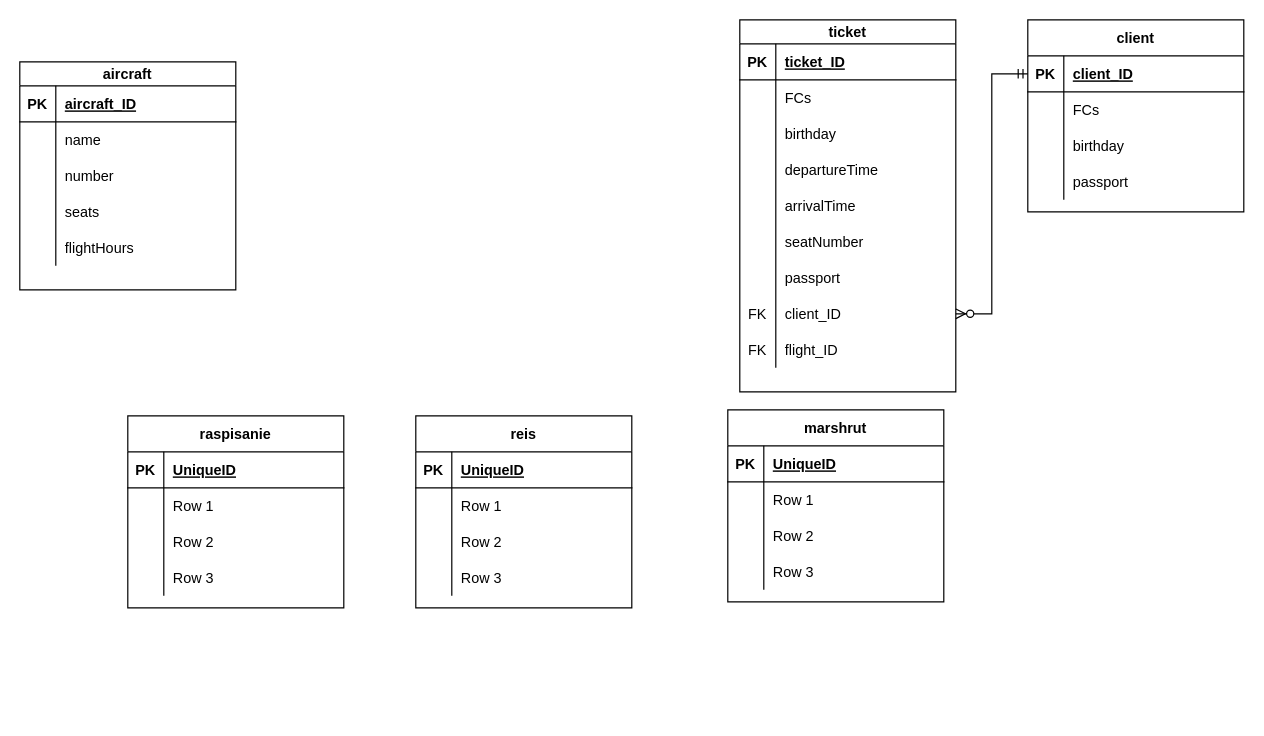
The draw.io diagram ERRR.drawio in 1DeMeNToR1/RocketModUpdater_32, before the edit. Source tidied: cells renumbered, new cells numbered last; positions are measured from the earlier drawing's top-left corner, leaving out a move shared by most shapes. Both pictures are drawn from the tidied source at 120%, with x=0, y=0 at pixel (19, 19).
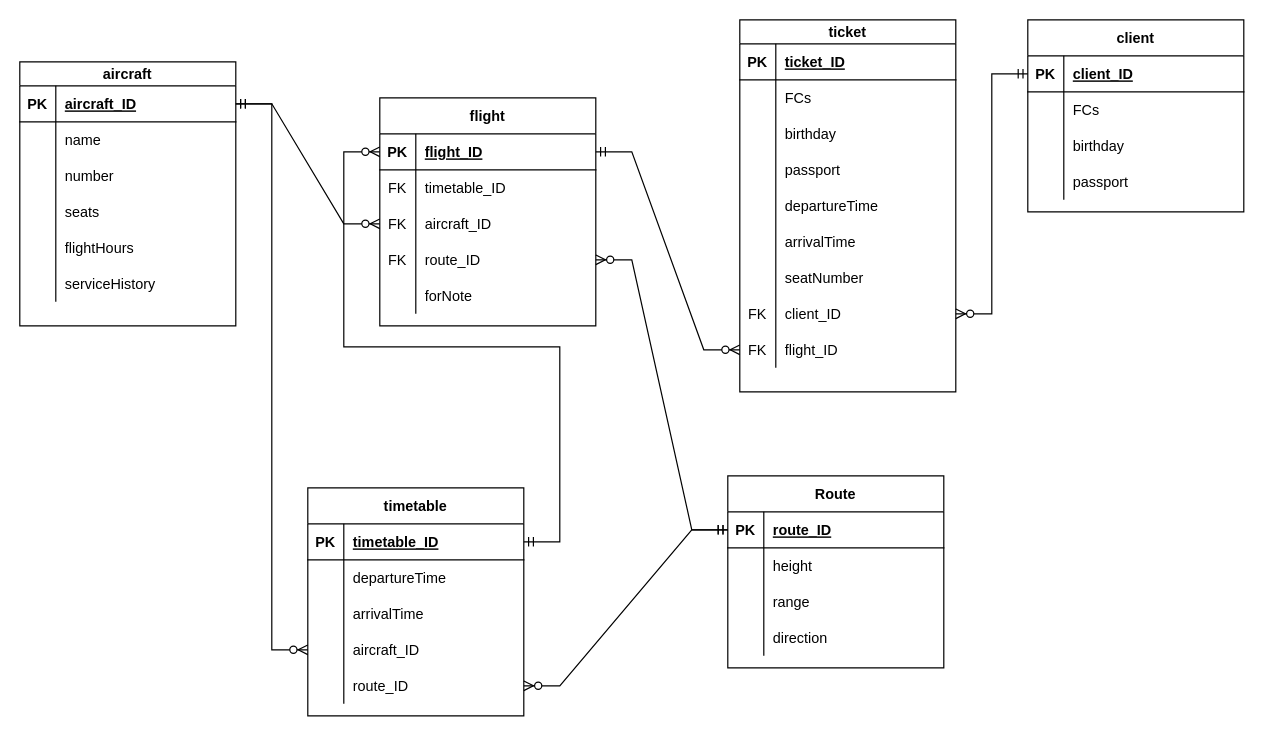
After the change.

The change refers to these unchanged cells:
```xml
<mxCell id="3" style="shape=tableRow;horizontal=0;startSize=0;swimlaneHead=0;swimlaneBody=0;fillColor=none;points=[[0,0.5],[1,0.5]];portConstraint=eastwest;top=0;left=0;right=0;bottom=1;" parent="2" vertex="1">
  <mxGeometry y="20" width="180" height="30" as="geometry" />
</mxCell>
<mxCell id="18" value="ticket" style="shape=table;startSize=20;childLayout=tableLayout;rowLines=0;fontStyle=1;align=center;" parent="1" vertex="1">
  <mxGeometry x="600" width="180" height="310" as="geometry" />
</mxCell>
<mxCell id="43" style="shape=tableRow;horizontal=0;startSize=0;swimlaneHead=0;swimlaneBody=0;fillColor=none;points=[[0,0.5],[1,0.5]];portConstraint=eastwest;top=0;left=0;right=0;bottom=0;" parent="18" vertex="1">
  <mxGeometry y="260" width="180" height="30" as="geometry" />
</mxCell>
<mxCell id="60" style="shape=tableRow;horizontal=0;startSize=0;swimlaneHead=0;swimlaneBody=0;fillColor=none;points=[[0,0.5],[1,0.5]];portConstraint=eastwest;top=0;left=0;right=0;bottom=1;" parent="59" vertex="1">
  <mxGeometry y="30" width="180" height="30" as="geometry" />
</mxCell>
<mxCell id="63" style="shape=tableRow;horizontal=0;startSize=0;swimlaneHead=0;swimlaneBody=0;fillColor=none;top=0;left=0;right=0;bottom=0;" parent="59" vertex="1">
  <mxGeometry y="60" width="180" height="30" as="geometry" />
</mxCell>
<mxCell id="66" style="shape=tableRow;horizontal=0;startSize=0;swimlaneHead=0;swimlaneBody=0;fillColor=none;top=0;left=0;right=0;bottom=0;" parent="59" vertex="1">
  <mxGeometry y="90" width="180" height="30" as="geometry" />
</mxCell>
<mxCell id="69" style="shape=tableRow;horizontal=0;startSize=0;swimlaneHead=0;swimlaneBody=0;fillColor=none;points=[[0,0.5],[1,0.5]];portConstraint=eastwest;top=0;left=0;right=0;bottom=0;" parent="59" vertex="1">
  <mxGeometry y="120" width="180" height="30" as="geometry" />
</mxCell>
<mxCell id="74" style="shape=tableRow;horizontal=0;startSize=0;swimlaneHead=0;swimlaneBody=0;fillColor=none;points=[[0,0.5],[1,0.5]];portConstraint=eastwest;top=0;left=0;right=0;bottom=1;" parent="73" vertex="1">
  <mxGeometry y="30" width="180" height="30" as="geometry" />
</mxCell>
<mxCell id="77" style="shape=tableRow;horizontal=0;startSize=0;swimlaneHead=0;swimlaneBody=0;fillColor=none;top=0;left=0;right=0;bottom=0;" parent="73" vertex="1">
  <mxGeometry y="60" width="180" height="30" as="geometry" />
</mxCell>
<mxCell id="80" style="shape=tableRow;horizontal=0;startSize=0;swimlaneHead=0;swimlaneBody=0;fillColor=none;points=[[0,0.5],[1,0.5]];portConstraint=eastwest;top=0;left=0;right=0;bottom=0;" parent="73" vertex="1">
  <mxGeometry y="90" width="180" height="30" as="geometry" />
</mxCell>
<mxCell id="83" style="shape=tableRow;horizontal=0;startSize=0;swimlaneHead=0;swimlaneBody=0;fillColor=none;points=[[0,0.5],[1,0.5]];portConstraint=eastwest;top=0;left=0;right=0;bottom=0;" parent="73" vertex="1">
  <mxGeometry y="120" width="180" height="30" as="geometry" />
</mxCell>
<mxCell id="87" style="shape=tableRow;horizontal=0;startSize=0;swimlaneHead=0;swimlaneBody=0;fillColor=none;points=[[0,0.5],[1,0.5]];portConstraint=eastwest;top=0;left=0;right=0;bottom=1;" parent="86" vertex="1">
  <mxGeometry y="30" width="180" height="30" as="geometry" />
</mxCell>
<mxCell id="90" style="shape=tableRow;horizontal=0;startSize=0;swimlaneHead=0;swimlaneBody=0;fillColor=none;top=0;left=0;right=0;bottom=0;" parent="86" vertex="1">
  <mxGeometry y="60" width="180" height="30" as="geometry" />
</mxCell>
<mxCell id="93" style="shape=tableRow;horizontal=0;startSize=0;swimlaneHead=0;swimlaneBody=0;fillColor=none;top=0;left=0;right=0;bottom=0;" parent="86" vertex="1">
  <mxGeometry y="90" width="180" height="30" as="geometry" />
</mxCell>
<mxCell id="96" style="shape=tableRow;horizontal=0;startSize=0;swimlaneHead=0;swimlaneBody=0;fillColor=none;top=0;left=0;right=0;bottom=0;" parent="86" vertex="1">
  <mxGeometry y="120" width="180" height="30" as="geometry" />
</mxCell>
```

Change to the diagram source:
```diff
@@
     <mxCell id="2" value="aircraft" style="shape=table;startSize=20;childLayout=tableLayout;rowLines=0;fontStyle=1;align=center;" parent="1" vertex="1">
-      <mxGeometry y="35" width="180" height="190" as="geometry" />
+      <mxGeometry y="35" width="180" height="220" as="geometry" />
     </mxCell>
@@
+    <mxCell id="99" style="shape=tableRow;horizontal=0;startSize=0;swimlaneHead=0;swimlaneBody=0;fillColor=none;top=0;left=0;right=0;bottom=0;" parent="2" vertex="1">
+      <mxGeometry y="170" width="180" height="30" as="geometry" />
+    </mxCell>
+    <mxCell id="100" style="shape=partialRectangle;fillColor=none;top=0;left=0;bottom=0;right=0;overflow=hidden;" parent="99" vertex="1">
+      <mxGeometry width="30" height="30" as="geometry" />
+    </mxCell>
+    <mxCell id="101" value="serviceHistory" style="shape=partialRectangle;fillColor=none;top=0;left=0;bottom=0;right=0;align=left;spacingLeft=6;overflow=hidden;" parent="99" vertex="1">
+      <mxGeometry x="30" width="150" height="30" as="geometry" />
+    </mxCell>
@@
+    <mxCell id="37" style="shape=tableRow;horizontal=0;startSize=0;swimlaneHead=0;swimlaneBody=0;fillColor=none;top=0;left=0;right=0;bottom=0;" parent="18" vertex="1">
+      <mxGeometry y="110" width="180" height="30" as="geometry" />
+    </mxCell>
+    <mxCell id="38" style="shape=partialRectangle;fillColor=none;top=0;left=0;bottom=0;right=0;overflow=hidden;" parent="37" vertex="1">
+      <mxGeometry width="30" height="30" as="geometry" />
+    </mxCell>
+    <mxCell id="39" value="passport" style="shape=partialRectangle;fillColor=none;top=0;left=0;bottom=0;right=0;align=left;spacingLeft=6;overflow=hidden;" parent="37" vertex="1">
+      <mxGeometry x="30" width="150" height="30" as="geometry" />
+    </mxCell>
     <mxCell id="28" style="shape=tableRow;horizontal=0;startSize=0;swimlaneHead=0;swimlaneBody=0;fillColor=none;top=0;left=0;right=0;bottom=0;" parent="18" vertex="1">
-      <mxGeometry y="110" width="180" height="30" as="geometry" />
+      <mxGeometry y="140" width="180" height="30" as="geometry" />
     </mxCell>
@@
     <mxCell id="31" style="shape=tableRow;horizontal=0;startSize=0;swimlaneHead=0;swimlaneBody=0;fillColor=none;top=0;left=0;right=0;bottom=0;" parent="18" vertex="1">
-      <mxGeometry y="140" width="180" height="30" as="geometry" />
+      <mxGeometry y="170" width="180" height="30" as="geometry" />
     </mxCell>
@@
     <mxCell id="34" style="shape=tableRow;horizontal=0;startSize=0;swimlaneHead=0;swimlaneBody=0;fillColor=none;top=0;left=0;right=0;bottom=0;" parent="18" vertex="1">
-      <mxGeometry y="170" width="180" height="30" as="geometry" />
+      <mxGeometry y="200" width="180" height="30" as="geometry" />
     </mxCell>
@@
-    <mxCell id="37" style="shape=tableRow;horizontal=0;startSize=0;swimlaneHead=0;swimlaneBody=0;fillColor=none;top=0;left=0;right=0;bottom=0;" parent="18" vertex="1">
-      <mxGeometry y="200" width="180" height="30" as="geometry" />
-    </mxCell>
-    <mxCell id="38" style="shape=partialRectangle;fillColor=none;top=0;left=0;bottom=0;right=0;overflow=hidden;" parent="37" vertex="1">
-      <mxGeometry width="30" height="30" as="geometry" />
-    </mxCell>
-    <mxCell id="39" value="passport" style="shape=partialRectangle;fillColor=none;top=0;left=0;bottom=0;right=0;align=left;spacingLeft=6;overflow=hidden;" parent="37" vertex="1">
-      <mxGeometry x="30" width="150" height="30" as="geometry" />
-    </mxCell>
@@
-    <mxCell id="59" value="raspisanie" style="shape=table;startSize=30;childLayout=tableLayout;rowLines=0;fontStyle=1;align=center;" parent="1" vertex="1">
-      <mxGeometry x="90" y="330" width="180" height="160" as="geometry" />
+    <mxCell id="59" value="timetable" style="shape=table;startSize=30;childLayout=tableLayout;rowLines=0;fontStyle=1;align=center;" parent="1" vertex="1">
+      <mxGeometry x="240" y="390" width="180" height="190" as="geometry" />
     </mxCell>
@@
-    <mxCell id="62" value="UniqueID" style="shape=partialRectangle;fillColor=none;top=0;left=0;bottom=0;right=0;align=left;spacingLeft=6;fontStyle=5;overflow=hidden;" parent="60" vertex="1">
+    <mxCell id="62" value="timetable_ID" style="shape=partialRectangle;fillColor=none;top=0;left=0;bottom=0;right=0;align=left;spacingLeft=6;fontStyle=5;overflow=hidden;" parent="60" vertex="1">
       <mxGeometry x="30" width="150" height="30" as="geometry" />
     </mxCell>
@@
-    <mxCell id="65" value="Row 1" style="shape=partialRectangle;fillColor=none;top=0;left=0;bottom=0;right=0;align=left;spacingLeft=6;overflow=hidden;" parent="63" vertex="1">
+    <mxCell id="65" value="departureTime" style="shape=partialRectangle;fillColor=none;top=0;left=0;bottom=0;right=0;align=left;spacingLeft=6;overflow=hidden;" parent="63" vertex="1">
       <mxGeometry x="30" width="150" height="30" as="geometry" />
     </mxCell>
@@
-    <mxCell id="68" value="Row 2" style="shape=partialRectangle;fillColor=none;top=0;left=0;bottom=0;right=0;align=left;spacingLeft=6;overflow=hidden;" parent="66" vertex="1">
+    <mxCell id="68" value="arrivalTime" style="shape=partialRectangle;fillColor=none;top=0;left=0;bottom=0;right=0;align=left;spacingLeft=6;overflow=hidden;" parent="66" vertex="1">
       <mxGeometry x="30" width="150" height="30" as="geometry" />
     </mxCell>
@@
-    <mxCell id="71" value="Row 3" style="shape=partialRectangle;fillColor=none;top=0;left=0;bottom=0;right=0;align=left;spacingLeft=6;overflow=hidden;" parent="69" vertex="1">
+    <mxCell id="71" value="aircraft_ID" style="shape=partialRectangle;fillColor=none;top=0;left=0;bottom=0;right=0;align=left;spacingLeft=6;overflow=hidden;" parent="69" vertex="1">
       <mxGeometry x="30" width="150" height="30" as="geometry" />
     </mxCell>
+    <mxCell id="102" style="shape=tableRow;horizontal=0;startSize=0;swimlaneHead=0;swimlaneBody=0;fillColor=none;points=[[0,0.5],[1,0.5]];portConstraint=eastwest;top=0;left=0;right=0;bottom=0;" parent="59" vertex="1">
+      <mxGeometry y="150" width="180" height="30" as="geometry" />
+    </mxCell>
+    <mxCell id="103" style="shape=partialRectangle;fillColor=none;top=0;left=0;bottom=0;right=0;overflow=hidden;" parent="102" vertex="1">
+      <mxGeometry width="30" height="30" as="geometry" />
+    </mxCell>
+    <mxCell id="104" value="route_ID" style="shape=partialRectangle;fillColor=none;top=0;left=0;bottom=0;right=0;align=left;spacingLeft=6;overflow=hidden;" parent="102" vertex="1">
+      <mxGeometry x="30" width="150" height="30" as="geometry" />
+    </mxCell>
@@
-    <mxCell id="73" value="reis" style="shape=table;startSize=30;childLayout=tableLayout;rowLines=0;fontStyle=1;align=center;" parent="1" vertex="1">
-      <mxGeometry x="330" y="330" width="180" height="160" as="geometry" />
+    <mxCell id="73" value="flight" style="shape=table;startSize=30;childLayout=tableLayout;rowLines=0;fontStyle=1;align=center;" parent="1" vertex="1">
+      <mxGeometry x="300" y="65" width="180" height="190" as="geometry" />
     </mxCell>
@@
-    <mxCell id="76" value="UniqueID" style="shape=partialRectangle;fillColor=none;top=0;left=0;bottom=0;right=0;align=left;spacingLeft=6;fontStyle=5;overflow=hidden;" parent="74" vertex="1">
+    <mxCell id="76" value="flight_ID" style="shape=partialRectangle;fillColor=none;top=0;left=0;bottom=0;right=0;align=left;spacingLeft=6;fontStyle=5;overflow=hidden;" parent="74" vertex="1">
       <mxGeometry x="30" width="150" height="30" as="geometry" />
     </mxCell>
@@
-    <mxCell id="78" style="shape=partialRectangle;fillColor=none;top=0;left=0;bottom=0;right=0;overflow=hidden;" parent="77" vertex="1">
+    <mxCell id="78" value="FK" style="shape=partialRectangle;fillColor=none;top=0;left=0;bottom=0;right=0;overflow=hidden;" parent="77" vertex="1">
       <mxGeometry width="30" height="30" as="geometry" />
     </mxCell>
-    <mxCell id="79" value="Row 1" style="shape=partialRectangle;fillColor=none;top=0;left=0;bottom=0;right=0;align=left;spacingLeft=6;overflow=hidden;" parent="77" vertex="1">
+    <mxCell id="79" value="timetable_ID" style="shape=partialRectangle;fillColor=none;top=0;left=0;bottom=0;right=0;align=left;spacingLeft=6;overflow=hidden;" parent="77" vertex="1">
       <mxGeometry x="30" width="150" height="30" as="geometry" />
     </mxCell>
@@
-    <mxCell id="81" style="shape=partialRectangle;fillColor=none;top=0;left=0;bottom=0;right=0;overflow=hidden;" parent="80" vertex="1">
+    <mxCell id="81" value="FK" style="shape=partialRectangle;fillColor=none;top=0;left=0;bottom=0;right=0;overflow=hidden;" parent="80" vertex="1">
       <mxGeometry width="30" height="30" as="geometry" />
     </mxCell>
-    <mxCell id="82" value="Row 2" style="shape=partialRectangle;fillColor=none;top=0;left=0;bottom=0;right=0;align=left;spacingLeft=6;overflow=hidden;" parent="80" vertex="1">
+    <mxCell id="82" value="aircraft_ID" style="shape=partialRectangle;fillColor=none;top=0;left=0;bottom=0;right=0;align=left;spacingLeft=6;overflow=hidden;" parent="80" vertex="1">
       <mxGeometry x="30" width="150" height="30" as="geometry" />
     </mxCell>
@@
-    <mxCell id="84" style="shape=partialRectangle;fillColor=none;top=0;left=0;bottom=0;right=0;overflow=hidden;" parent="83" vertex="1">
+    <mxCell id="84" value="FK" style="shape=partialRectangle;fillColor=none;top=0;left=0;bottom=0;right=0;overflow=hidden;" parent="83" vertex="1">
       <mxGeometry width="30" height="30" as="geometry" />
     </mxCell>
-    <mxCell id="85" value="Row 3" style="shape=partialRectangle;fillColor=none;top=0;left=0;bottom=0;right=0;align=left;spacingLeft=6;overflow=hidden;" parent="83" vertex="1">
+    <mxCell id="85" value="route_ID" style="shape=partialRectangle;fillColor=none;top=0;left=0;bottom=0;right=0;align=left;spacingLeft=6;overflow=hidden;" parent="83" vertex="1">
       <mxGeometry x="30" width="150" height="30" as="geometry" />
     </mxCell>
+    <mxCell id="105" style="shape=tableRow;horizontal=0;startSize=0;swimlaneHead=0;swimlaneBody=0;fillColor=none;top=0;left=0;right=0;bottom=0;" parent="73" vertex="1">
+      <mxGeometry y="150" width="180" height="30" as="geometry" />
+    </mxCell>
+    <mxCell id="106" style="shape=partialRectangle;fillColor=none;top=0;left=0;bottom=0;right=0;overflow=hidden;" parent="105" vertex="1">
+      <mxGeometry width="30" height="30" as="geometry" />
+    </mxCell>
+    <mxCell id="107" value="forNote" style="shape=partialRectangle;fillColor=none;top=0;left=0;bottom=0;right=0;align=left;spacingLeft=6;overflow=hidden;" parent="105" vertex="1">
+      <mxGeometry x="30" width="150" height="30" as="geometry" />
+    </mxCell>
-    <mxCell id="86" value="marshrut" style="shape=table;startSize=30;childLayout=tableLayout;rowLines=0;fontStyle=1;align=center;" parent="1" vertex="1">
-      <mxGeometry x="590" y="325" width="180" height="160" as="geometry" />
+    <mxCell id="86" value="Route" style="shape=table;startSize=30;childLayout=tableLayout;rowLines=0;fontStyle=1;align=center;" parent="1" vertex="1">
+      <mxGeometry x="590" y="380" width="180" height="160" as="geometry" />
     </mxCell>
@@
-    <mxCell id="89" value="UniqueID" style="shape=partialRectangle;fillColor=none;top=0;left=0;bottom=0;right=0;align=left;spacingLeft=6;fontStyle=5;overflow=hidden;" parent="87" vertex="1">
+    <mxCell id="89" value="route_ID" style="shape=partialRectangle;fillColor=none;top=0;left=0;bottom=0;right=0;align=left;spacingLeft=6;fontStyle=5;overflow=hidden;" parent="87" vertex="1">
       <mxGeometry x="30" width="150" height="30" as="geometry" />
     </mxCell>
@@
-    <mxCell id="92" value="Row 1" style="shape=partialRectangle;fillColor=none;top=0;left=0;bottom=0;right=0;align=left;spacingLeft=6;overflow=hidden;" parent="90" vertex="1">
+    <mxCell id="92" value="height " style="shape=partialRectangle;fillColor=none;top=0;left=0;bottom=0;right=0;align=left;spacingLeft=6;overflow=hidden;" parent="90" vertex="1">
       <mxGeometry x="30" width="150" height="30" as="geometry" />
     </mxCell>
@@
-    <mxCell id="95" value="Row 2" style="shape=partialRectangle;fillColor=none;top=0;left=0;bottom=0;right=0;align=left;spacingLeft=6;overflow=hidden;" parent="93" vertex="1">
+    <mxCell id="95" value="range " style="shape=partialRectangle;fillColor=none;top=0;left=0;bottom=0;right=0;align=left;spacingLeft=6;overflow=hidden;" parent="93" vertex="1">
       <mxGeometry x="30" width="150" height="30" as="geometry" />
     </mxCell>
@@
-    <mxCell id="98" value="Row 3" style="shape=partialRectangle;fillColor=none;top=0;left=0;bottom=0;right=0;align=left;spacingLeft=6;overflow=hidden;" parent="96" vertex="1">
+    <mxCell id="98" value="direction" style="shape=partialRectangle;fillColor=none;top=0;left=0;bottom=0;right=0;align=left;spacingLeft=6;overflow=hidden;" parent="96" vertex="1">
       <mxGeometry x="30" width="150" height="30" as="geometry" />
     </mxCell>
+    <mxCell id="108" style="edgeStyle=entityRelationEdgeStyle;fontSize=12;html=1;endArrow=ERzeroToMany;startArrow=ERmandOne;rounded=0;exitX=1;exitY=0.5;exitDx=0;exitDy=0;" parent="1" edge="1" source="3" target="80">
+      <mxGeometry relative="1" as="geometry" />
+    </mxCell>
+    <mxCell id="109" style="edgeStyle=entityRelationEdgeStyle;fontSize=12;html=1;endArrow=ERzeroToMany;startArrow=ERmandOne;rounded=0;exitX=0;exitY=0.5;exitDx=0;exitDy=0;entryX=1;entryY=0.5;entryDx=0;entryDy=0;" parent="1" edge="1" source="87" target="102">
+      <mxGeometry relative="1" as="geometry" />
+    </mxCell>
+    <mxCell id="110" style="edgeStyle=entityRelationEdgeStyle;fontSize=12;html=1;endArrow=ERzeroToMany;startArrow=ERmandOne;rounded=0;exitX=1;exitY=0.5;exitDx=0;exitDy=0;entryX=0;entryY=0.5;entryDx=0;entryDy=0;" parent="1" edge="1" source="3" target="69">
+      <mxGeometry relative="1" as="geometry" />
+    </mxCell>
+    <mxCell id="111" style="edgeStyle=entityRelationEdgeStyle;fontSize=12;html=1;endArrow=ERzeroToMany;startArrow=ERmandOne;rounded=0;exitX=1;exitY=0.5;exitDx=0;exitDy=0;entryX=0;entryY=0.5;entryDx=0;entryDy=0;" parent="1" edge="1" source="74" target="43">
+      <mxGeometry relative="1" as="geometry" />
+    </mxCell>
+    <mxCell id="112" style="edgeStyle=entityRelationEdgeStyle;fontSize=12;html=1;endArrow=ERzeroToMany;startArrow=ERmandOne;rounded=0;exitX=0;exitY=0.5;exitDx=0;exitDy=0;entryX=1;entryY=0.5;entryDx=0;entryDy=0;" parent="1" edge="1" source="87" target="83">
+      <mxGeometry relative="1" as="geometry" />
+    </mxCell>
+    <mxCell id="113" style="edgeStyle=entityRelationEdgeStyle;fontSize=12;html=1;endArrow=ERzeroToMany;startArrow=ERmandOne;rounded=0;exitX=1;exitY=0.5;exitDx=0;exitDy=0;" parent="1" edge="1" source="60">
+      <mxGeometry relative="1" as="geometry">
+        <mxPoint x="300" y="110" as="targetPoint" />
+      </mxGeometry>
+    </mxCell>
```
